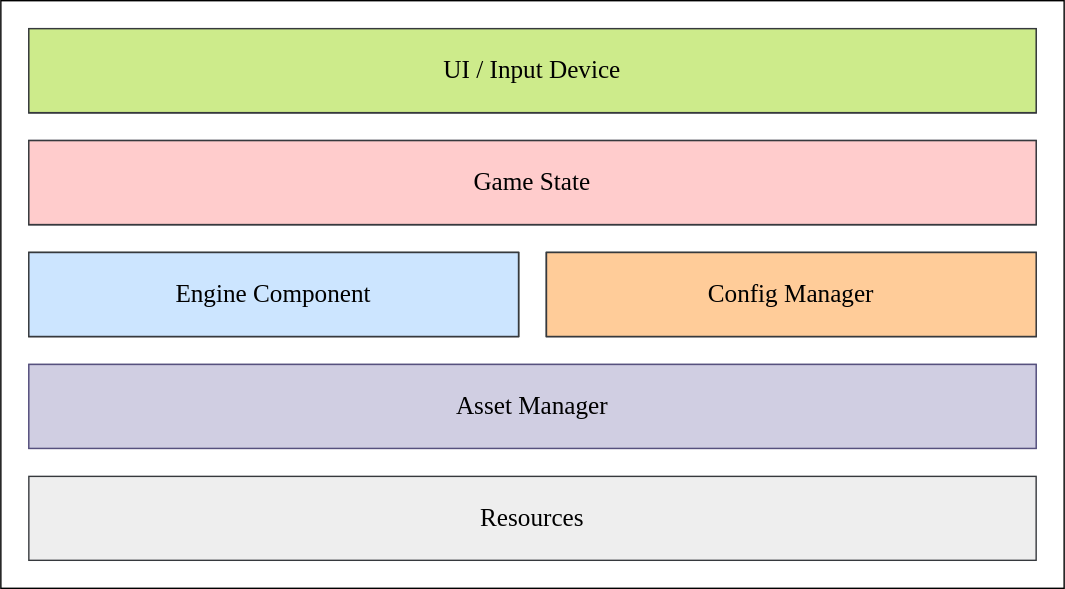
This is docs/img/VNFramework_Struct.svg from soryu-ryouji/VNFramework, a draw.io export, as it was before one commit. Source tidied: cells renumbered, new cells last; positions are measured from the earlier drawing's top-left corner, leaving out a move shared by most shapes.
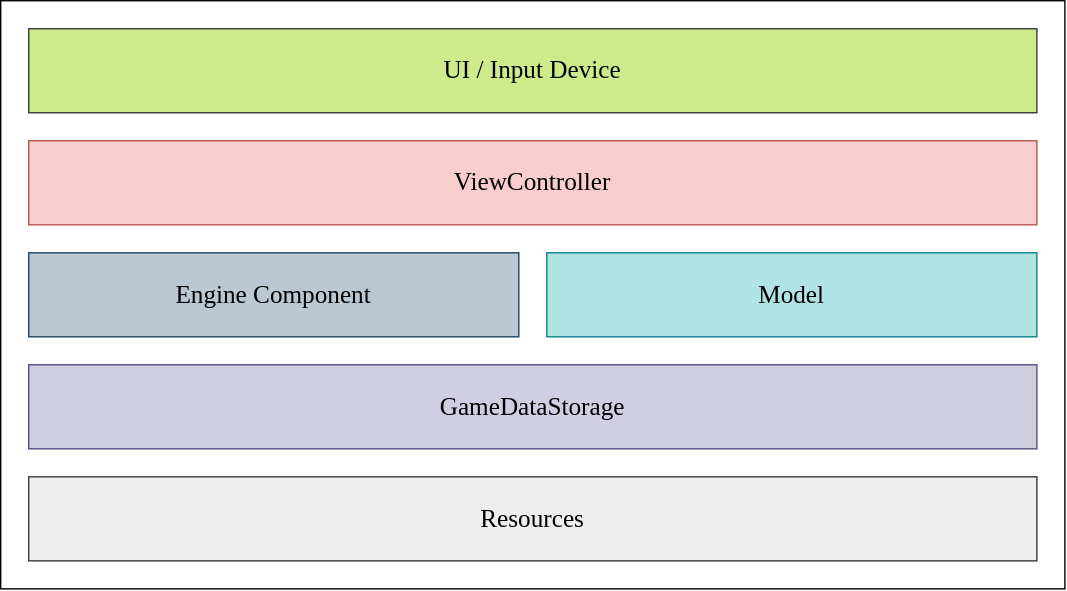
The same diagram one commit later.

What changed in the source:
```diff
@@ -5,62 +5,23 @@
     <mxCell id="2" style="rounded=0;whiteSpace=wrap;html=1;" parent="1" vertex="1">
       <mxGeometry width="760" height="420" as="geometry" />
     </mxCell>
-    <mxCell id="3" value="UI / Input Device" style="rounded=0;whiteSpace=wrap;html=1;fillColor=#cdeb8b;strokeColor=#36393d;" parent="1" vertex="1">
-      <mxGeometry x="20" y="20" width="720" height="60" as="geometry" />
-    </mxCell>
-    <mxCell id="4" value="Game State" style="rounded=0;whiteSpace=wrap;html=1;fillColor=#ffcccc;strokeColor=#36393d;" parent="1" vertex="1">
-      <mxGeometry x="20" y="100" width="720" height="60" as="geometry" />
-    </mxCell>
-    <mxCell id="5" value="Engine Component" style="rounded=0;whiteSpace=wrap;html=1;fillColor=#cce5ff;strokeColor=#36393d;" parent="1" vertex="1">
-      <mxGeometry x="20" y="180" width="350" height="60" as="geometry" />
-    </mxCell>
-    <mxCell id="6" value="Config Manager" style="rounded=0;whiteSpace=wrap;html=1;fillColor=#ffcc99;strokeColor=#36393d;" parent="1" vertex="1">
-      <mxGeometry x="390" y="180" width="350" height="60" as="geometry" />
-    </mxCell>
-    <mxCell id="7" value="Asset Loader / Asset Saver" style="rounded=0;whiteSpace=wrap;html=1;fillColor=#d0cee2;strokeColor=#56517e;" parent="1" vertex="1">
-      <mxGeometry x="20" y="260" width="720" height="60" as="geometry" />
-    </mxCell>
     <mxCell id="8" value="Resources" style="rounded=0;whiteSpace=wrap;html=1;fillColor=#eeeeee;strokeColor=#36393d;fontFamily=Verdana;fontSize=18;fontStyle=0;" parent="1" vertex="1">
       <mxGeometry x="20" y="340" width="720" height="60" as="geometry" />
     </mxCell>
-    <mxCell id="9" value="UI / Input Device" style="rounded=0;whiteSpace=wrap;html=1;fillColor=#cdeb8b;strokeColor=#36393d;" parent="1" vertex="1">
-      <mxGeometry x="20" y="20" width="720" height="60" as="geometry" />
-    </mxCell>
-    <mxCell id="10" value="Game State" style="rounded=0;whiteSpace=wrap;html=1;fillColor=#ffcccc;strokeColor=#36393d;" parent="1" vertex="1">
-      <mxGeometry x="20" y="100" width="720" height="60" as="geometry" />
-    </mxCell>
-    <mxCell id="11" value="Engine Component" style="rounded=0;whiteSpace=wrap;html=1;fillColor=#cce5ff;strokeColor=#36393d;" parent="1" vertex="1">
-      <mxGeometry x="20" y="180" width="350" height="60" as="geometry" />
-    </mxCell>
-    <mxCell id="12" value="Config Manager" style="rounded=0;whiteSpace=wrap;html=1;fillColor=#ffcc99;strokeColor=#36393d;" parent="1" vertex="1">
-      <mxGeometry x="390" y="180" width="350" height="60" as="geometry" />
-    </mxCell>
-    <mxCell id="13" value="UI / Input Device" style="rounded=0;whiteSpace=wrap;html=1;fillColor=#cdeb8b;strokeColor=#36393d;" parent="1" vertex="1">
-      <mxGeometry x="20" y="20" width="720" height="60" as="geometry" />
-    </mxCell>
-    <mxCell id="14" value="Game State" style="rounded=0;whiteSpace=wrap;html=1;fillColor=#ffcccc;strokeColor=#36393d;" parent="1" vertex="1">
-      <mxGeometry x="20" y="100" width="720" height="60" as="geometry" />
-    </mxCell>
-    <mxCell id="15" value="Engine Component" style="rounded=0;whiteSpace=wrap;html=1;fillColor=#cce5ff;strokeColor=#36393d;" parent="1" vertex="1">
-      <mxGeometry x="20" y="180" width="350" height="60" as="geometry" />
-    </mxCell>
-    <mxCell id="16" value="Config Manager" style="rounded=0;whiteSpace=wrap;html=1;fillColor=#ffcc99;strokeColor=#36393d;" parent="1" vertex="1">
-      <mxGeometry x="390" y="180" width="350" height="60" as="geometry" />
-    </mxCell>
     <mxCell id="17" value="UI / Input Device" style="rounded=0;whiteSpace=wrap;html=1;fillColor=#cdeb8b;strokeColor=#36393d;fontFamily=Verdana;fontSize=18;fontStyle=0;" parent="1" vertex="1">
       <mxGeometry x="20" y="20" width="720" height="60" as="geometry" />
     </mxCell>
-    <mxCell id="18" value="Game State" style="rounded=0;whiteSpace=wrap;html=1;fillColor=#ffcccc;strokeColor=#36393d;fontFamily=Verdana;fontSize=18;fontStyle=0;" parent="1" vertex="1">
-      <mxGeometry x="20" y="100" width="720" height="60" as="geometry" />
-    </mxCell>
-    <mxCell id="19" value="Engine Component" style="rounded=0;whiteSpace=wrap;html=1;fillColor=#cce5ff;strokeColor=#36393d;fontFamily=Verdana;fontSize=18;fontStyle=0;" parent="1" vertex="1">
+    <mxCell id="19" value="Engine Component" style="rounded=0;whiteSpace=wrap;html=1;fillColor=#bac8d3;strokeColor=#23445d;fontFamily=Verdana;fontSize=18;fontStyle=0;" parent="1" vertex="1">
       <mxGeometry x="20" y="180" width="350" height="60" as="geometry" />
     </mxCell>
-    <mxCell id="20" value="Config Manager" style="rounded=0;whiteSpace=wrap;html=1;fillColor=#ffcc99;strokeColor=#36393d;fontFamily=Verdana;fontSize=18;fontStyle=0;" parent="1" vertex="1">
-      <mxGeometry x="390" y="180" width="350" height="60" as="geometry" />
-    </mxCell>
-    <mxCell id="21" value="Asset Manager" style="rounded=0;whiteSpace=wrap;html=1;fillColor=#d0cee2;strokeColor=#56517e;fontFamily=Verdana;fontSize=18;fontStyle=0;" parent="1" vertex="1">
+    <mxCell id="21" value="GameDataStorage" style="rounded=0;whiteSpace=wrap;html=1;fillColor=#d0cee2;strokeColor=#56517e;fontFamily=Verdana;fontSize=18;fontStyle=0;" parent="1" vertex="1">
       <mxGeometry x="20" y="260" width="720" height="60" as="geometry" />
     </mxCell>
+    <mxCell id="22" value="ViewController" style="rounded=0;whiteSpace=wrap;html=1;fillColor=#f8cecc;strokeColor=#b85450;fontFamily=Verdana;fontSize=18;fontStyle=0;" parent="1" vertex="1">
+      <mxGeometry x="20" y="100" width="720" height="60" as="geometry" />
+    </mxCell>
+    <mxCell id="23" value="Model" style="rounded=0;whiteSpace=wrap;html=1;fillColor=#b0e3e6;strokeColor=#0e8088;fontSize=18;fontFamily=Verdana;fontStyle=0;strokeWidth=1;" parent="1" vertex="1">
+      <mxGeometry x="390" y="180" width="350" height="60" as="geometry" />
+    </mxCell>
   </root>
 </mxGraphModel>
```
